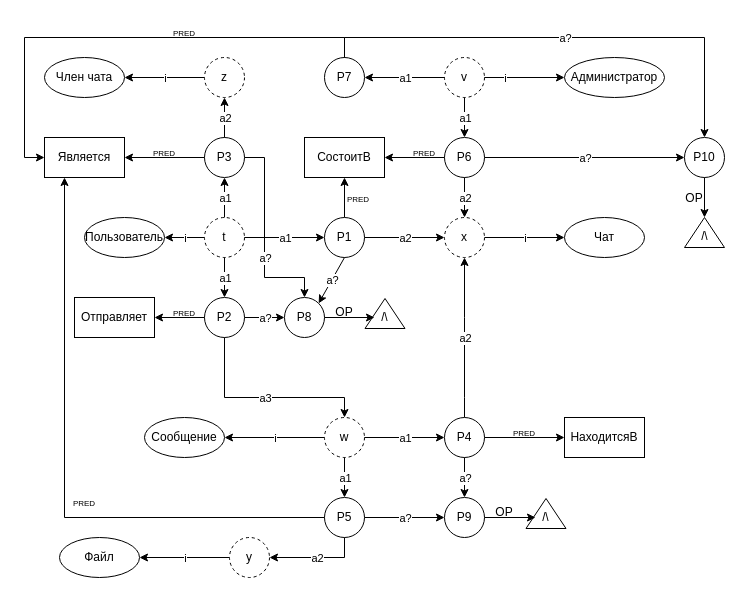
marsek4/database keeps this draw.io diagram as Сокращенная семантическая сеть.drawio. Above is the earlier version. Source tidied: cells renumbered, new cells numbered last; positions are measured from the earlier drawing's top-left corner, leaving out a move shared by most shapes. Both pictures are drawn from the tidied source at 100%, with x=0, y=0 at pixel (24, 17).
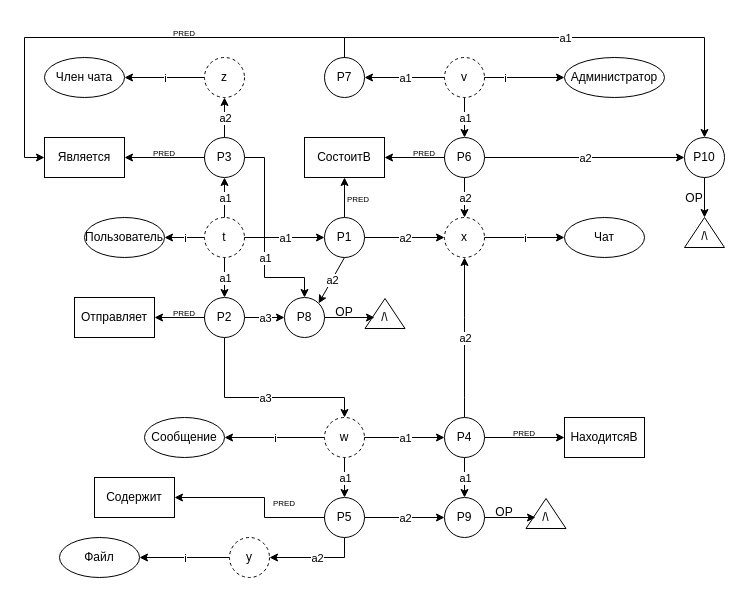
The same page after the edit.

Unchanged cells that the change refers to:
```xml
<mxCell id="49" value="Является" style="rounded=0;whiteSpace=wrap;html=1;" parent="1" vertex="1">
  <mxGeometry x="20" y="120" width="80" height="40" as="geometry" />
</mxCell>
<mxCell id="58" value="P5" style="ellipse;whiteSpace=wrap;html=1;" parent="1" vertex="1">
  <mxGeometry x="300" y="480" width="40" height="40" as="geometry" />
</mxCell>
<mxCell id="78" style="endArrow=classic;html=1;rounded=0;entryX=0.5;entryY=0;entryDx=0;entryDy=0;exitX=1;exitY=0.5;exitDx=0;exitDy=0;" parent="1" edge="1" source="44" target="77">
  <mxGeometry relative="1" as="geometry">
    <Array as="points">
      <mxPoint x="240" y="140" />
      <mxPoint x="240" y="260" />
      <mxPoint x="280" y="260" />
    </Array>
  </mxGeometry>
</mxCell>
<mxCell id="80" style="endArrow=classic;html=1;rounded=0;entryX=0;entryY=0.5;entryDx=0;entryDy=0;exitX=1;exitY=0.5;exitDx=0;exitDy=0;" parent="1" edge="1" source="34" target="77">
  <mxGeometry relative="1" as="geometry" />
</mxCell>
<mxCell id="89" style="endArrow=classic;html=1;rounded=0;entryX=1;entryY=0;entryDx=0;entryDy=0;exitX=0.5;exitY=1;exitDx=0;exitDy=0;" parent="1" edge="1" source="29" target="77">
  <mxGeometry relative="1" as="geometry" />
</mxCell>
<mxCell id="92" style="endArrow=classic;html=1;rounded=0;entryX=0.5;entryY=0;entryDx=0;entryDy=0;exitX=0.5;exitY=1;exitDx=0;exitDy=0;" parent="1" edge="1" source="50" target="91">
  <mxGeometry relative="1" as="geometry" />
</mxCell>
<mxCell id="94" style="endArrow=classic;html=1;rounded=0;entryX=0;entryY=0.5;entryDx=0;entryDy=0;exitX=1;exitY=0.5;exitDx=0;exitDy=0;" parent="1" edge="1" source="58" target="91">
  <mxGeometry relative="1" as="geometry" />
</mxCell>
<mxCell id="103" style="endArrow=classic;html=1;rounded=0;exitX=0.5;exitY=0;exitDx=0;exitDy=0;entryX=0.5;entryY=0;entryDx=0;entryDy=0;" parent="1" edge="1" source="72" target="107">
  <mxGeometry relative="1" as="geometry">
    <Array as="points">
      <mxPoint x="320" y="20" />
      <mxPoint x="680" y="20" />
    </Array>
  </mxGeometry>
</mxCell>
<mxCell id="105" style="endArrow=classic;html=1;rounded=0;exitX=1;exitY=0.5;exitDx=0;exitDy=0;entryX=0;entryY=0.5;entryDx=0;entryDy=0;" parent="1" edge="1" source="65" target="107">
  <mxGeometry relative="1" as="geometry" />
</mxCell>
```

Change to the diagram source:
```diff
@@
-    <mxCell id="63" style="endArrow=classic;html=1;rounded=0;exitX=0;exitY=0.5;exitDx=0;exitDy=0;entryX=0.25;entryY=1;entryDx=0;entryDy=0;" parent="1" edge="1" source="58" target="49">
-      <mxGeometry relative="1" as="geometry">
-        <Array as="points">
-          <mxPoint x="40" y="500" />
-        </Array>
-      </mxGeometry>
-    </mxCell>
     <mxCell id="64" value="&lt;font style=&quot;font-size: 8px;&quot;&gt;PRED&lt;/font&gt;" style="text;html=1;align=center;verticalAlign=middle;whiteSpace=wrap;rounded=0;" parent="1" vertex="1">
-      <mxGeometry x="30" y="470" width="60" height="30" as="geometry" />
+      <mxGeometry x="230" y="470" width="60" height="30" as="geometry" />
     </mxCell>
@@
-    <mxCell id="79" value="a?" style="edgeLabel;html=1;align=center;verticalAlign=middle;" parent="78" vertex="1">
+    <mxCell id="79" value="a1" style="edgeLabel;html=1;align=center;verticalAlign=middle;" parent="78" vertex="1">
       <mxGeometry relative="1" as="geometry">
         <mxPoint y="20" as="offset" />
       </mxGeometry>
     </mxCell>
@@
-    <mxCell id="81" value="a?" style="edgeLabel;html=1;align=center;verticalAlign=middle;" parent="80" vertex="1">
+    <mxCell id="81" value="a3" style="edgeLabel;html=1;align=center;verticalAlign=middle;" parent="80" vertex="1">
       <mxGeometry relative="1" as="geometry" />
     </mxCell>
@@
-    <mxCell id="90" value="a?" style="edgeLabel;html=1;align=center;verticalAlign=middle;" parent="89" vertex="1">
+    <mxCell id="90" value="a2" style="edgeLabel;html=1;align=center;verticalAlign=middle;" parent="89" vertex="1">
       <mxGeometry relative="1" as="geometry" />
     </mxCell>
@@
-    <mxCell id="93" value="a?" style="edgeLabel;html=1;align=center;verticalAlign=middle;" parent="92" vertex="1">
+    <mxCell id="93" value="a1" style="edgeLabel;html=1;align=center;verticalAlign=middle;" parent="92" vertex="1">
       <mxGeometry relative="1" as="geometry" />
     </mxCell>
@@
-    <mxCell id="95" value="a?" style="edgeLabel;html=1;align=center;verticalAlign=middle;" parent="94" vertex="1">
+    <mxCell id="95" value="a2" style="edgeLabel;html=1;align=center;verticalAlign=middle;" parent="94" vertex="1">
       <mxGeometry relative="1" as="geometry" />
     </mxCell>
@@
-    <mxCell id="104" value="a?" style="edgeLabel;html=1;align=center;verticalAlign=middle;" parent="103" vertex="1">
+    <mxCell id="104" value="a1" style="edgeLabel;html=1;align=center;verticalAlign=middle;" parent="103" vertex="1">
       <mxGeometry relative="1" as="geometry" />
     </mxCell>
@@
-    <mxCell id="106" value="a?" style="edgeLabel;html=1;align=center;verticalAlign=middle;" parent="105" vertex="1">
+    <mxCell id="106" value="a2" style="edgeLabel;html=1;align=center;verticalAlign=middle;" parent="105" vertex="1">
       <mxGeometry relative="1" as="geometry" />
     </mxCell>
@@
+    <mxCell id="115" style="endArrow=classic;html=1;rounded=0;exitX=0;exitY=0.5;exitDx=0;exitDy=0;" parent="1" edge="1" source="58">
+      <mxGeometry relative="1" as="geometry">
+        <mxPoint x="150" y="480" as="targetPoint" />
+        <Array as="points">
+          <mxPoint x="240" y="500" />
+          <mxPoint x="240" y="480" />
+        </Array>
+      </mxGeometry>
+    </mxCell>
+    <mxCell id="116" value="Содержит" style="rounded=0;whiteSpace=wrap;html=1;" parent="1" vertex="1">
+      <mxGeometry x="70" y="460" width="80" height="40" as="geometry" />
+    </mxCell>
```
